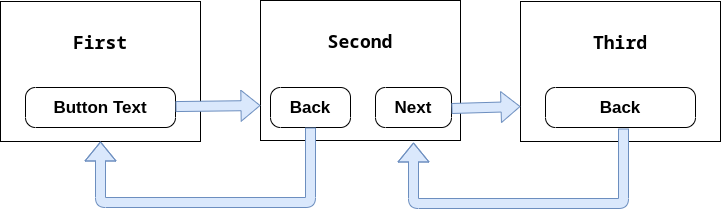
The draw.io diagram docs/resources/switchstate.png in Tishka17/aiogram_dialog, before a commit. Source tidied: cells renumbered, new cells last; positions are measured from the earlier drawing's top-left corner, leaving out a move shared by most shapes. The source it was exported from:
```xml
<mxGraphModel background="#ffffff">
  <root>
    <mxCell id="0" />
    <mxCell id="1" parent="0" />
    <mxCell id="2" style="rounded=0;whiteSpace=wrap;html=1;" parent="1" vertex="1">
      <mxGeometry y="1" width="200" height="140" as="geometry" />
    </mxCell>
    <mxCell id="3" value="&lt;pre style=&quot;background-color: rgb(255, 255, 255); font-family: &amp;quot;jetbrains mono&amp;quot;, monospace; font-size: 18px;&quot;&gt;&lt;span style=&quot;font-weight: bold; font-size: 18px;&quot;&gt;First&lt;/span&gt;&lt;/pre&gt;" style="text;html=1;strokeColor=none;fillColor=none;align=center;verticalAlign=middle;whiteSpace=wrap;rounded=0;fontSize=18;" parent="1" vertex="1">
      <mxGeometry x="20" y="22" width="160" height="40" as="geometry" />
    </mxCell>
    <mxCell id="4" value="Button Text" style="strokeWidth=1;shadow=0;dashed=0;align=center;html=1;shape=mxgraph.mockup.buttons.button;mainText=;buttonStyle=round;fontSize=17;fontStyle=1;whiteSpace=wrap;" parent="1" vertex="1">
      <mxGeometry x="25" y="87" width="150" height="40" as="geometry" />
    </mxCell>
    <mxCell id="5" style="edgeStyle=orthogonalEdgeStyle;rounded=0;orthogonalLoop=1;jettySize=auto;html=1;exitX=0.5;exitY=1;exitDx=0;exitDy=0;fontSize=14;fontColor=#000000;" parent="1" edge="1" source="2" target="2">
      <mxGeometry relative="1" as="geometry" />
    </mxCell>
    <mxCell id="6" style="rounded=0;whiteSpace=wrap;html=1;" parent="1" vertex="1">
      <mxGeometry x="260" width="200" height="140" as="geometry" />
    </mxCell>
    <mxCell id="7" value="&lt;pre style=&quot;background-color: rgb(255, 255, 255); font-family: &amp;quot;jetbrains mono&amp;quot;, monospace; font-size: 18px;&quot;&gt;&lt;span style=&quot;font-weight: bold; font-size: 18px;&quot;&gt;Second&lt;/span&gt;&lt;/pre&gt;" style="text;html=1;strokeColor=none;fillColor=none;align=center;verticalAlign=middle;whiteSpace=wrap;rounded=0;fontSize=18;" parent="1" vertex="1">
      <mxGeometry x="280" y="21" width="160" height="40" as="geometry" />
    </mxCell>
    <mxCell id="8" value="Back" style="strokeWidth=1;shadow=0;dashed=0;align=center;html=1;shape=mxgraph.mockup.buttons.button;mainText=;buttonStyle=round;fontSize=17;fontStyle=1;whiteSpace=wrap;" parent="1" vertex="1">
      <mxGeometry x="270" y="87" width="80" height="40" as="geometry" />
    </mxCell>
    <mxCell id="9" style="edgeStyle=orthogonalEdgeStyle;rounded=0;orthogonalLoop=1;jettySize=auto;html=1;exitX=0.5;exitY=1;exitDx=0;exitDy=0;fontSize=14;fontColor=#000000;" parent="1" edge="1" source="6" target="6">
      <mxGeometry relative="1" as="geometry" />
    </mxCell>
    <mxCell id="10" style="rounded=0;whiteSpace=wrap;html=1;" parent="1" vertex="1">
      <mxGeometry x="520" y="1" width="200" height="140" as="geometry" />
    </mxCell>
    <mxCell id="11" value="&lt;pre style=&quot;background-color: rgb(255, 255, 255); font-family: &amp;quot;jetbrains mono&amp;quot;, monospace; font-size: 18px;&quot;&gt;&lt;span style=&quot;font-weight: bold; font-size: 18px;&quot;&gt;Third&lt;/span&gt;&lt;/pre&gt;" style="text;html=1;strokeColor=none;fillColor=none;align=center;verticalAlign=middle;whiteSpace=wrap;rounded=0;fontSize=18;" parent="1" vertex="1">
      <mxGeometry x="540" y="22" width="160" height="40" as="geometry" />
    </mxCell>
    <mxCell id="12" value="Back" style="strokeWidth=1;shadow=0;dashed=0;align=center;html=1;shape=mxgraph.mockup.buttons.button;mainText=;buttonStyle=round;fontSize=17;fontStyle=1;whiteSpace=wrap;" parent="1" vertex="1">
      <mxGeometry x="545" y="87" width="150" height="40" as="geometry" />
    </mxCell>
    <mxCell id="13" style="edgeStyle=orthogonalEdgeStyle;rounded=0;orthogonalLoop=1;jettySize=auto;html=1;exitX=0.5;exitY=1;exitDx=0;exitDy=0;fontSize=14;fontColor=#000000;" parent="1" edge="1" source="10" target="10">
      <mxGeometry relative="1" as="geometry" />
    </mxCell>
    <mxCell id="14" value="Next" style="strokeWidth=1;shadow=0;dashed=0;align=center;html=1;shape=mxgraph.mockup.buttons.button;mainText=;buttonStyle=round;fontSize=17;fontStyle=1;whiteSpace=wrap;" parent="1" vertex="1">
      <mxGeometry x="375" y="87" width="76" height="40" as="geometry" />
    </mxCell>
    <mxCell id="15" style="shape=flexArrow;endArrow=classic;html=1;fontSize=14;fontColor=#000000;entryX=0.5;entryY=1;entryDx=0;entryDy=0;fillColor=#dae8fc;strokeColor=#6c8ebf;" parent="1" edge="1" source="8" target="2">
      <mxGeometry relative="1" as="geometry">
        <Array as="points">
          <mxPoint x="310" y="202" />
          <mxPoint x="100" y="202" />
        </Array>
      </mxGeometry>
    </mxCell>
    <mxCell id="16" style="shape=flexArrow;endArrow=classic;html=1;fontSize=14;fontColor=#000000;entryX=0;entryY=0.75;entryDx=0;entryDy=0;exitX=1;exitY=0.525;exitDx=0;exitDy=0;exitPerimeter=0;fillColor=#dae8fc;strokeColor=#6c8ebf;" parent="1" edge="1" source="14" target="10">
      <mxGeometry relative="1" as="geometry" />
    </mxCell>
    <mxCell id="17" style="shape=flexArrow;endArrow=classic;html=1;fontSize=14;fontColor=#000000;fillColor=#dae8fc;strokeColor=#6c8ebf;entryX=0;entryY=0.75;entryDx=0;entryDy=0;" parent="1" edge="1" source="4" target="6">
      <mxGeometry relative="1" as="geometry" />
    </mxCell>
    <mxCell id="18" style="shape=flexArrow;endArrow=classic;html=1;fontSize=14;fontColor=#000000;fillColor=#dae8fc;strokeColor=#6c8ebf;exitX=0.52;exitY=1.025;exitDx=0;exitDy=0;exitPerimeter=0;" parent="1" edge="1" source="12">
      <mxGeometry relative="1" as="geometry">
        <mxPoint x="413" y="142" as="targetPoint" />
        <Array as="points">
          <mxPoint x="623" y="203" />
          <mxPoint x="413" y="203" />
        </Array>
      </mxGeometry>
    </mxCell>
  </root>
</mxGraphModel>
```
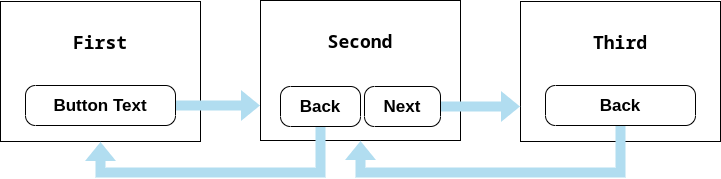
Later version of the same file.

Diff of the diagram source:
```diff
@@ -8,8 +8,11 @@
     <mxCell id="3" value="&lt;pre style=&quot;background-color: rgb(255, 255, 255); font-family: &amp;quot;jetbrains mono&amp;quot;, monospace; font-size: 18px;&quot;&gt;&lt;span style=&quot;font-weight: bold; font-size: 18px;&quot;&gt;First&lt;/span&gt;&lt;/pre&gt;" style="text;html=1;strokeColor=none;fillColor=none;align=center;verticalAlign=middle;whiteSpace=wrap;rounded=0;fontSize=18;" parent="1" vertex="1">
       <mxGeometry x="20" y="22" width="160" height="40" as="geometry" />
     </mxCell>
+    <mxCell id="17" style="edgeStyle=orthogonalEdgeStyle;rounded=0;jettySize=auto;html=1;fontSize=18;fontColor=#000000;entryX=0;entryY=0.75;entryDx=0;entryDy=0;dashed=1;dashPattern=1 1;fillColor=#b1ddf0;shape=flexArrow;strokeColor=none;" parent="1" edge="1" source="4" target="6">
+      <mxGeometry relative="1" as="geometry" />
+    </mxCell>
     <mxCell id="4" value="Button Text" style="strokeWidth=1;shadow=0;dashed=0;align=center;html=1;shape=mxgraph.mockup.buttons.button;mainText=;buttonStyle=round;fontSize=17;fontStyle=1;whiteSpace=wrap;" parent="1" vertex="1">
-      <mxGeometry x="25" y="87" width="150" height="40" as="geometry" />
+      <mxGeometry x="25" y="85" width="150" height="40" as="geometry" />
     </mxCell>
     <mxCell id="5" style="edgeStyle=orthogonalEdgeStyle;rounded=0;orthogonalLoop=1;jettySize=auto;html=1;exitX=0.5;exitY=1;exitDx=0;exitDy=0;fontSize=14;fontColor=#000000;" parent="1" edge="1" source="2" target="2">
       <mxGeometry relative="1" as="geometry" />
@@ -20,8 +23,16 @@
     <mxCell id="7" value="&lt;pre style=&quot;background-color: rgb(255, 255, 255); font-family: &amp;quot;jetbrains mono&amp;quot;, monospace; font-size: 18px;&quot;&gt;&lt;span style=&quot;font-weight: bold; font-size: 18px;&quot;&gt;Second&lt;/span&gt;&lt;/pre&gt;" style="text;html=1;strokeColor=none;fillColor=none;align=center;verticalAlign=middle;whiteSpace=wrap;rounded=0;fontSize=18;" parent="1" vertex="1">
       <mxGeometry x="280" y="21" width="160" height="40" as="geometry" />
     </mxCell>
+    <mxCell id="15" style="edgeStyle=orthogonalEdgeStyle;rounded=0;jettySize=auto;html=1;fontSize=18;fontColor=#000000;entryX=0.5;entryY=1;entryDx=0;entryDy=0;sketch=0;dashed=1;dashPattern=1 1;fillColor=#b1ddf0;shape=flexArrow;strokeColor=none;" parent="1" edge="1" source="8" target="2">
+      <mxGeometry relative="1" as="geometry">
+        <Array as="points">
+          <mxPoint x="320" y="172" />
+          <mxPoint x="100" y="172" />
+        </Array>
+      </mxGeometry>
+    </mxCell>
     <mxCell id="8" value="Back" style="strokeWidth=1;shadow=0;dashed=0;align=center;html=1;shape=mxgraph.mockup.buttons.button;mainText=;buttonStyle=round;fontSize=17;fontStyle=1;whiteSpace=wrap;" parent="1" vertex="1">
-      <mxGeometry x="270" y="87" width="80" height="40" as="geometry" />
+      <mxGeometry x="280" y="86" width="80" height="40" as="geometry" />
     </mxCell>
     <mxCell id="9" style="edgeStyle=orthogonalEdgeStyle;rounded=0;orthogonalLoop=1;jettySize=auto;html=1;exitX=0.5;exitY=1;exitDx=0;exitDy=0;fontSize=14;fontColor=#000000;" parent="1" edge="1" source="6" target="6">
       <mxGeometry relative="1" as="geometry" />
@@ -32,37 +43,25 @@
     <mxCell id="11" value="&lt;pre style=&quot;background-color: rgb(255, 255, 255); font-family: &amp;quot;jetbrains mono&amp;quot;, monospace; font-size: 18px;&quot;&gt;&lt;span style=&quot;font-weight: bold; font-size: 18px;&quot;&gt;Third&lt;/span&gt;&lt;/pre&gt;" style="text;html=1;strokeColor=none;fillColor=none;align=center;verticalAlign=middle;whiteSpace=wrap;rounded=0;fontSize=18;" parent="1" vertex="1">
       <mxGeometry x="540" y="22" width="160" height="40" as="geometry" />
     </mxCell>
+    <mxCell id="19" style="edgeStyle=orthogonalEdgeStyle;jettySize=auto;html=1;fontSize=18;fontColor=#000000;entryX=0.5;entryY=1;entryDx=0;entryDy=0;rounded=0;jumpStyle=none;shadow=0;sketch=0;dashed=1;dashPattern=1 1;fillColor=#b1ddf0;shape=flexArrow;strokeColor=none;" parent="1" edge="1" source="12" target="6">
+      <mxGeometry relative="1" as="geometry">
+        <Array as="points">
+          <mxPoint x="620" y="172" />
+          <mxPoint x="360" y="172" />
+        </Array>
+      </mxGeometry>
+    </mxCell>
     <mxCell id="12" value="Back" style="strokeWidth=1;shadow=0;dashed=0;align=center;html=1;shape=mxgraph.mockup.buttons.button;mainText=;buttonStyle=round;fontSize=17;fontStyle=1;whiteSpace=wrap;" parent="1" vertex="1">
-      <mxGeometry x="545" y="87" width="150" height="40" as="geometry" />
+      <mxGeometry x="545" y="85" width="150" height="40" as="geometry" />
     </mxCell>
     <mxCell id="13" style="edgeStyle=orthogonalEdgeStyle;rounded=0;orthogonalLoop=1;jettySize=auto;html=1;exitX=0.5;exitY=1;exitDx=0;exitDy=0;fontSize=14;fontColor=#000000;" parent="1" edge="1" source="10" target="10">
       <mxGeometry relative="1" as="geometry" />
     </mxCell>
+    <mxCell id="16" style="edgeStyle=orthogonalEdgeStyle;rounded=0;jettySize=auto;html=1;fontSize=18;fontColor=#000000;entryX=0;entryY=0.75;entryDx=0;entryDy=0;dashed=1;dashPattern=1 1;fillColor=#b1ddf0;shape=flexArrow;strokeColor=none;" parent="1" edge="1" source="14" target="10">
+      <mxGeometry relative="1" as="geometry" />
+    </mxCell>
     <mxCell id="14" value="Next" style="strokeWidth=1;shadow=0;dashed=0;align=center;html=1;shape=mxgraph.mockup.buttons.button;mainText=;buttonStyle=round;fontSize=17;fontStyle=1;whiteSpace=wrap;" parent="1" vertex="1">
-      <mxGeometry x="375" y="87" width="76" height="40" as="geometry" />
+      <mxGeometry x="364" y="86" width="76" height="40" as="geometry" />
     </mxCell>
-    <mxCell id="15" style="shape=flexArrow;endArrow=classic;html=1;fontSize=14;fontColor=#000000;entryX=0.5;entryY=1;entryDx=0;entryDy=0;fillColor=#dae8fc;strokeColor=#6c8ebf;" parent="1" edge="1" source="8" target="2">
-      <mxGeometry relative="1" as="geometry">
-        <Array as="points">
-          <mxPoint x="310" y="202" />
-          <mxPoint x="100" y="202" />
-        </Array>
-      </mxGeometry>
-    </mxCell>
-    <mxCell id="16" style="shape=flexArrow;endArrow=classic;html=1;fontSize=14;fontColor=#000000;entryX=0;entryY=0.75;entryDx=0;entryDy=0;exitX=1;exitY=0.525;exitDx=0;exitDy=0;exitPerimeter=0;fillColor=#dae8fc;strokeColor=#6c8ebf;" parent="1" edge="1" source="14" target="10">
-      <mxGeometry relative="1" as="geometry" />
-    </mxCell>
-    <mxCell id="17" style="shape=flexArrow;endArrow=classic;html=1;fontSize=14;fontColor=#000000;fillColor=#dae8fc;strokeColor=#6c8ebf;entryX=0;entryY=0.75;entryDx=0;entryDy=0;" parent="1" edge="1" source="4" target="6">
-      <mxGeometry relative="1" as="geometry" />
-    </mxCell>
-    <mxCell id="18" style="shape=flexArrow;endArrow=classic;html=1;fontSize=14;fontColor=#000000;fillColor=#dae8fc;strokeColor=#6c8ebf;exitX=0.52;exitY=1.025;exitDx=0;exitDy=0;exitPerimeter=0;" parent="1" edge="1" source="12">
-      <mxGeometry relative="1" as="geometry">
-        <mxPoint x="413" y="142" as="targetPoint" />
-        <Array as="points">
-          <mxPoint x="623" y="203" />
-          <mxPoint x="413" y="203" />
-        </Array>
-      </mxGeometry>
-    </mxCell>
   </root>
 </mxGraphModel>
```
